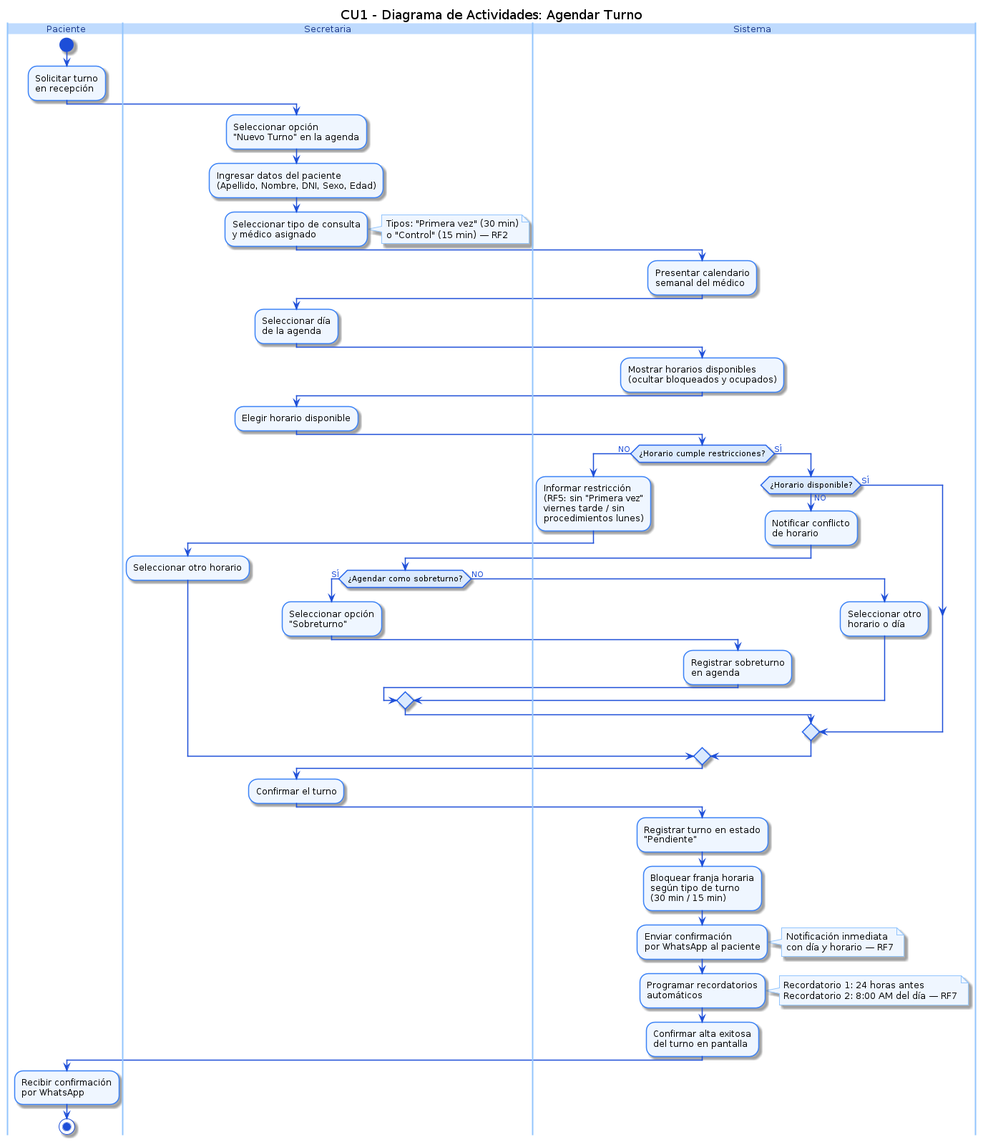
Above: diagramas/04-diagramas-actividades/04-actividad-agendar-turno-01.png in angelgc9107-lgtm/SistemaTurnosMedicos_GP6 (PlantUML), before the change. Its source is kept beside it as diagramas/04-diagramas-actividades/04-actividad-agendar-turno-01.puml. The source it was exported from:
```plantuml
@startuml 04-actividad-agendar-turno-01

skinparam backgroundColor #FFFFFF
skinparam activity {
    BackgroundColor #EFF6FF
    BorderColor #3B82F6
    ArrowColor #1D4ED8
    DiamondBackgroundColor #DBEAFE
    DiamondBorderColor #2563EB
    StartColor #1D4ED8
    EndColor #1D4ED8
}
skinparam swimlane {
    BorderColor #93C5FD
    TitleBackgroundColor #BFDBFE
    TitleFontColor #1E3A8A
    TitleFontSize 13
}
skinparam ArrowFontColor #1D4ED8
skinparam NoteBorderColor #93C5FD
skinparam NoteBackgroundColor #EFF6FF

title CU1 - Diagrama de Actividades: Agendar Turno

|Paciente|
start
:Solicitar turno\nen recepción;

|Secretaria|
:Seleccionar opción\n"Nuevo Turno" en la agenda;
:Ingresar datos del paciente\n(Apellido, Nombre, DNI, Sexo, Edad);
:Seleccionar tipo de consulta\ny médico asignado;

note right
  Tipos: "Primera vez" (30 min)
  o "Control" (15 min) — RF2
end note

|Sistema|
:Presentar calendario\nsemanal del médico;

|Secretaria|
:Seleccionar día\nde la agenda;

|Sistema|
:Mostrar horarios disponibles\n(ocultar bloqueados y ocupados);

|Secretaria|
:Elegir horario disponible;

|Sistema|
if (¿Horario cumple restricciones?) then (NO)
  :Informar restricción\n(RF5: sin "Primera vez"\nviernes tarde / sin\nprocedimientos lunes);
  |Secretaria|
  :Seleccionar otro horario;
  |Sistema|
else (SÍ)
  if (¿Horario disponible?) then (NO)
    :Notificar conflicto\nde horario;
    |Secretaria|
    if (¿Agendar como sobreturno?) then (SÍ)
      :Seleccionar opción\n"Sobreturno";
      |Sistema|
      :Registrar sobreturno\nen agenda;
    else (NO)
      :Seleccionar otro\nhorario o día;
      |Sistema|
    endif
  else (SÍ)
  endif
endif

|Secretaria|
:Confirmar el turno;

|Sistema|
:Registrar turno en estado\n"Pendiente";
:Bloquear franja horaria\nsegún tipo de turno\n(30 min / 15 min);
:Enviar confirmación\npor WhatsApp al paciente;

note right
  Notificación inmediata
  con día y horario — RF7
end note

:Programar recordatorios\nautomáticos;

note right
  Recordatorio 1: 24 horas antes
  Recordatorio 2: 8:00 AM del día — RF7
end note

:Confirmar alta exitosa\ndel turno en pantalla;

|Paciente|
:Recibir confirmación\npor WhatsApp;

stop

@enduml
```
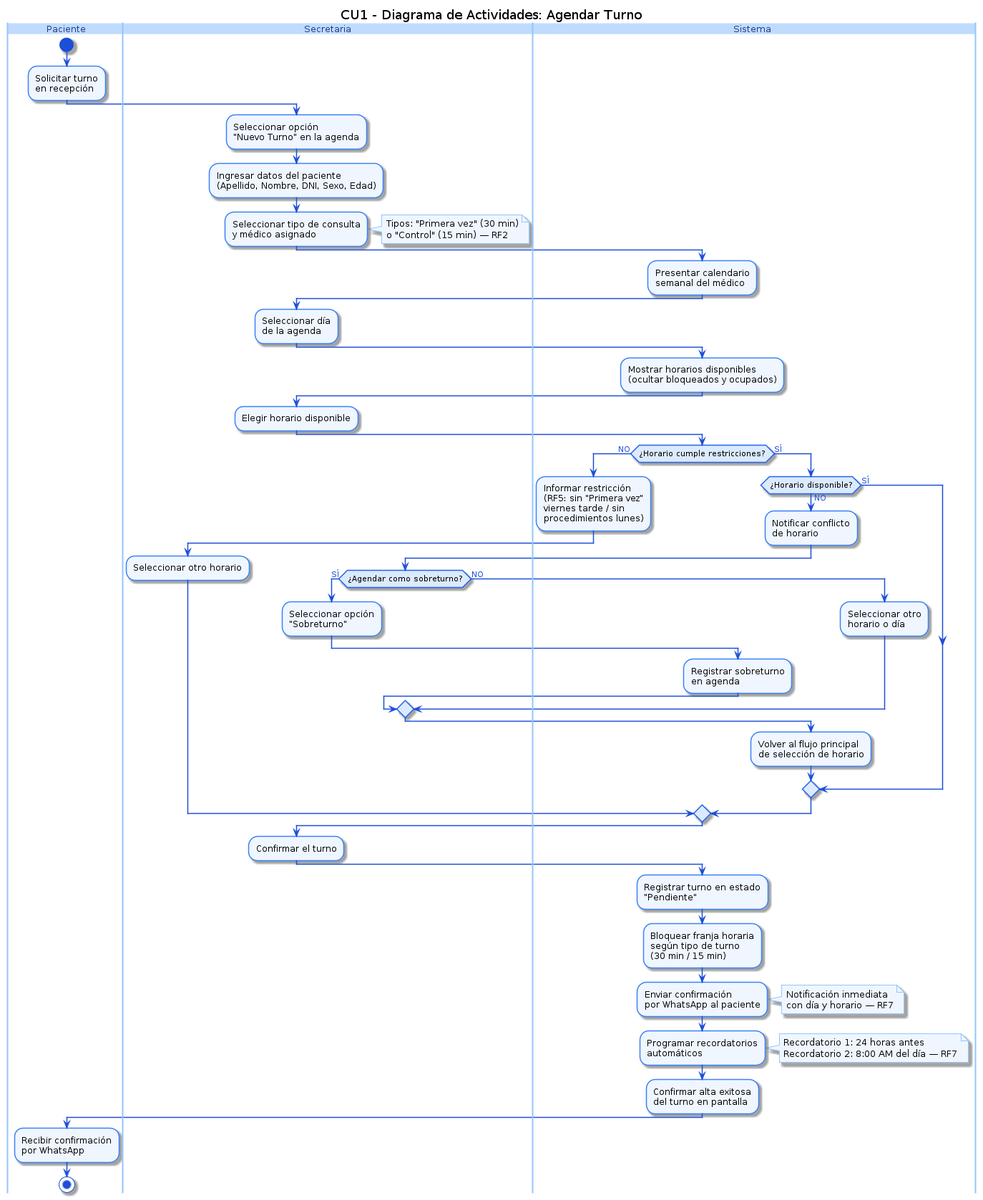
Above is the later version.

Commit message:
Correcion del changelog y diagrama de actividades

Change to the diagram source:
```diff
@@ -66,6 +66,7 @@
       :Seleccionar otro\nhorario o día;
       |Sistema|
     endif
+    :Volver al flujo principal\nde selección de horario;
   else (SÍ)
   endif
 endif
```
